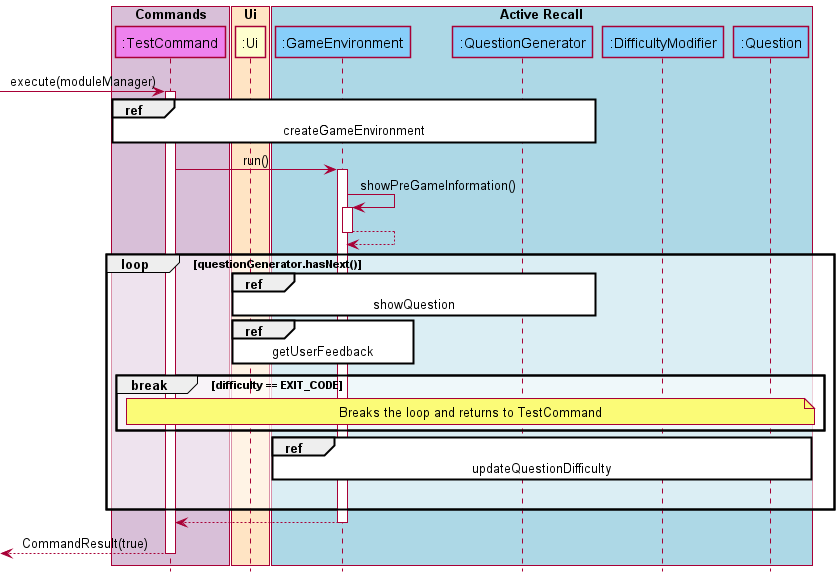
The PlantUML diagram docs/attachments/ActiveRecallSequenceDiagram.png in nus-cs2113-AY2122S1/tp, before a commit.
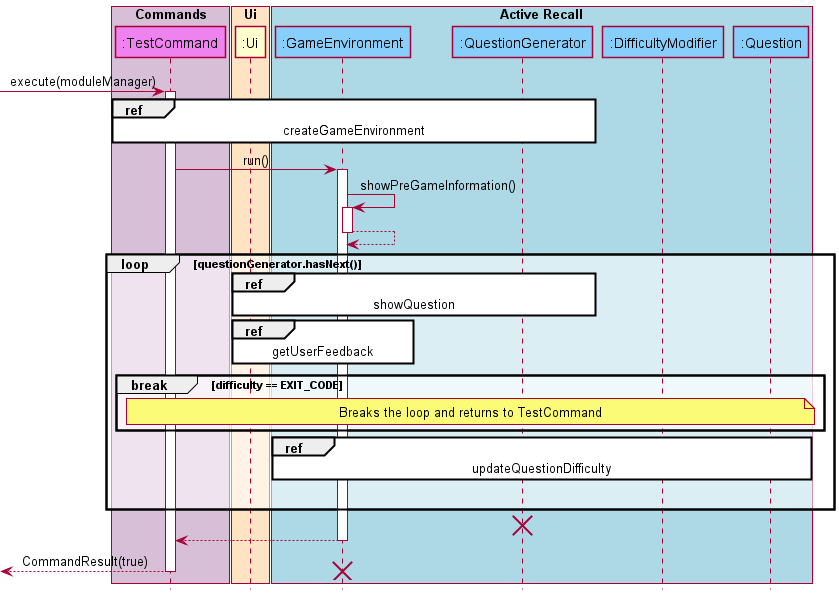
After the change.

Commit message:
Update Sequence Diagrams and fix JUnit test

What changed in the source:
```diff
@@ -33,8 +33,10 @@
     ref over GameEnvironment, DifficultyModifier, Question : updateQuestionDifficulty
     |||
   end
+  destroy QuestionGenerator
 return
 
 return CommandResult(true)
+destroy GameEnvironment
 
 @enduml
```
